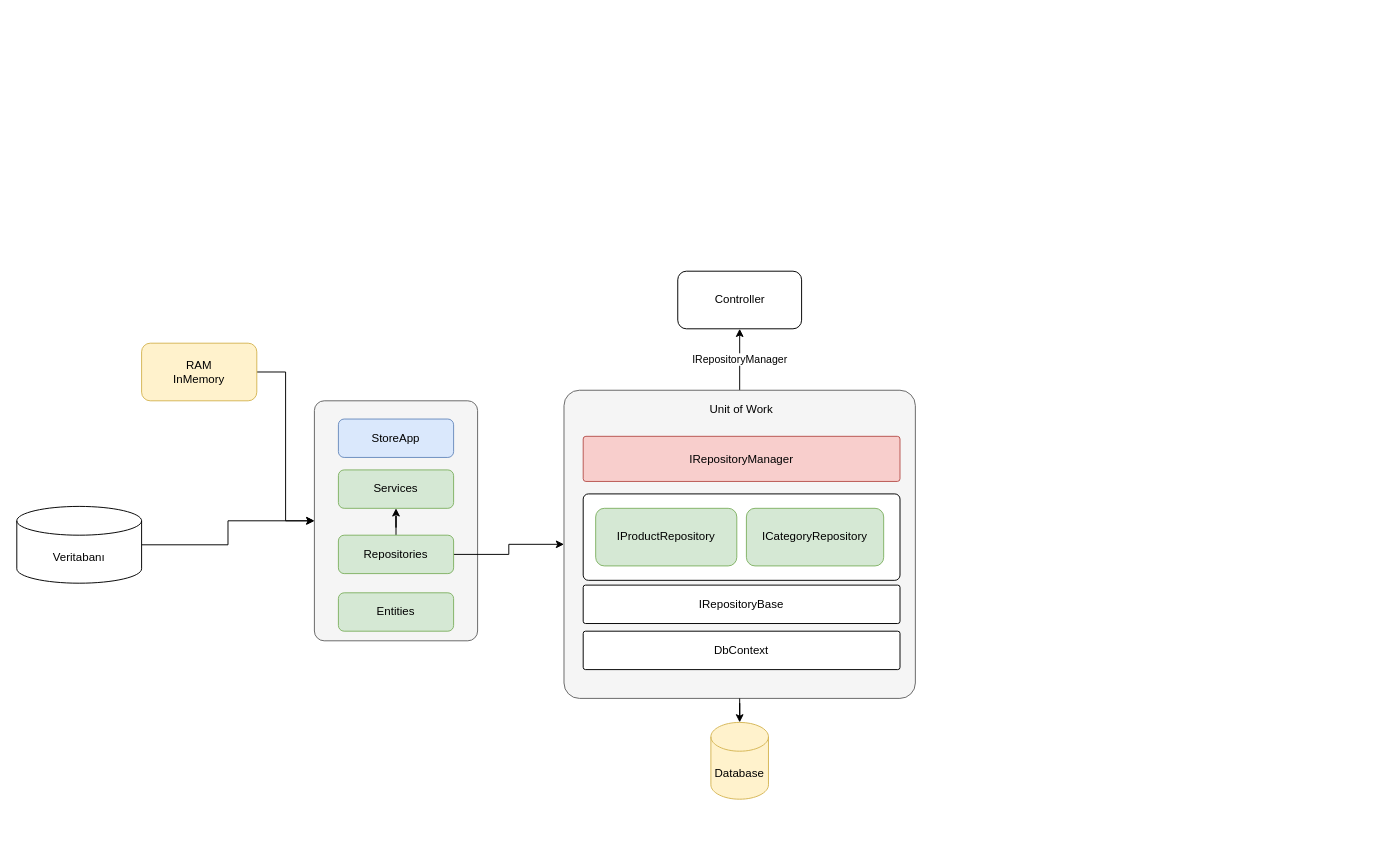
zcomert/sgk-mvc-egitim keeps this draw.io diagram as page "Sayfa -2" (2 of 3) of drawings.drawio. Above is the earlier version. Source tidied: cells renumbered, new cells numbered last; positions are measured from the earlier drawing's top-left corner, leaving out a move shared by most shapes. Both pictures are drawn from the tidied source at 96%, with x=0, y=0 at pixel (16, 271).
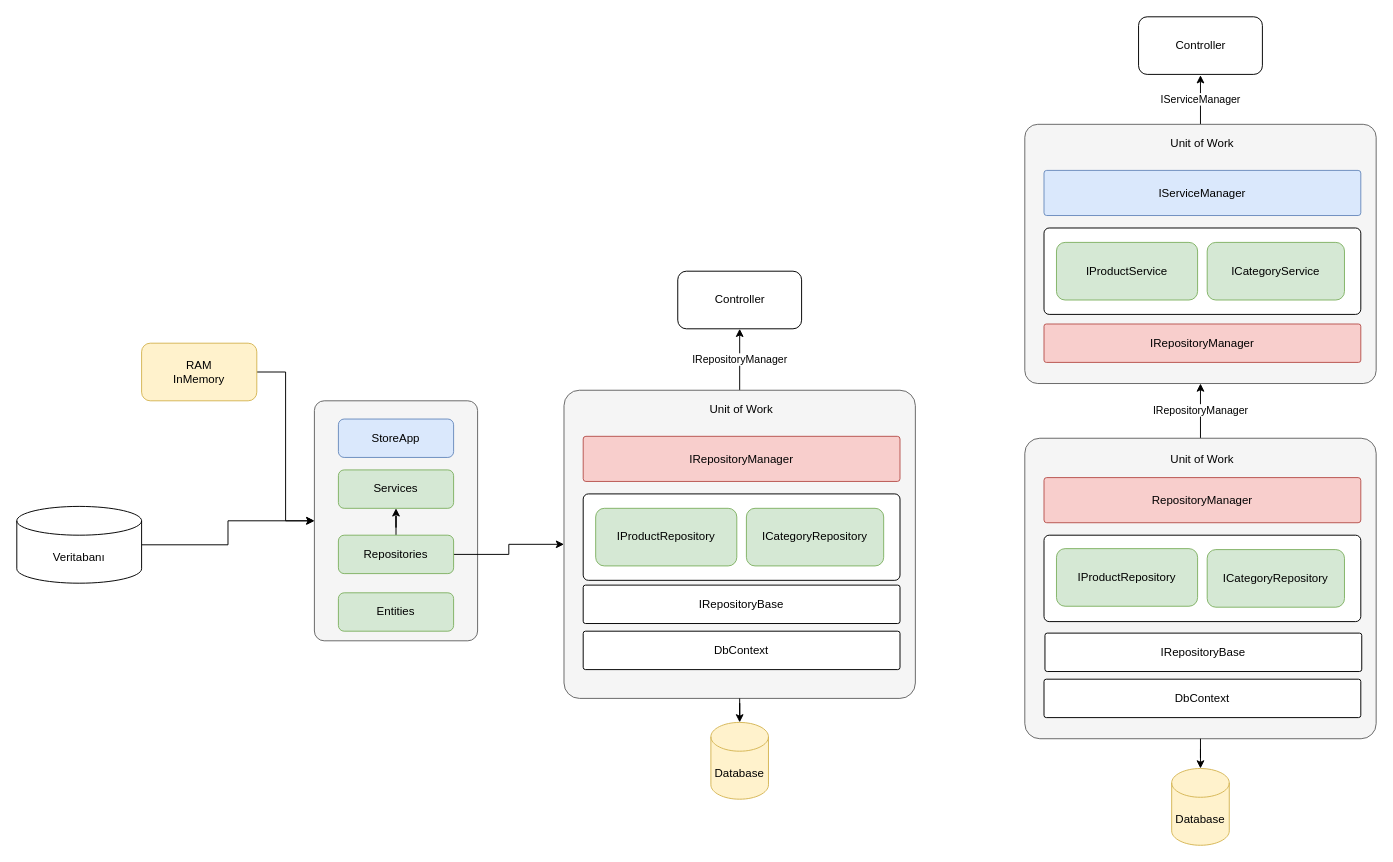
The same page after the edit.

Diff of the diagram source:
```diff
@@
+    <mxCell id="25" value="IRepositoryManager" style="edgeStyle=orthogonalEdgeStyle;rounded=0;jettySize=auto;html=1;entryX=0.5;entryY=1;entryDx=0;entryDy=0;" parent="1" edge="1" source="26" target="37">
+      <mxGeometry relative="1" as="geometry" />
+    </mxCell>
+    <mxCell id="26" style="rounded=1;whiteSpace=wrap;html=1;fillColor=#f5f5f5;strokeColor=#666666;fontColor=#333333;arcSize=5;" parent="1" vertex="1">
+      <mxGeometry x="1050" y="174" width="366" height="313" as="geometry" />
+    </mxCell>
+    <mxCell id="27" style="rounded=1;whiteSpace=wrap;html=1;arcSize=6;" parent="1" vertex="1">
+      <mxGeometry x="1070" y="275" width="330" height="90" as="geometry" />
+    </mxCell>
+    <mxCell id="28" style="edgeStyle=orthogonalEdgeStyle;rounded=0;jettySize=auto;html=1;entryX=0.5;entryY=0;entryDx=0;entryDy=0;entryPerimeter=0;" parent="1" edge="1" source="26" target="30">
+      <mxGeometry relative="1" as="geometry" />
+    </mxCell>
+    <mxCell id="29" value="Controller" style="rounded=1;whiteSpace=wrap;html=1;" parent="1" vertex="1">
+      <mxGeometry x="1168.5" y="-265" width="129" height="60" as="geometry" />
+    </mxCell>
+    <mxCell id="30" value="Database" style="shape=cylinder3;whiteSpace=wrap;html=1;boundedLbl=1;backgroundOutline=1;size=15;fillColor=#fff2cc;strokeColor=#d6b656;" parent="1" vertex="1">
+      <mxGeometry x="1203" y="518" width="60" height="80" as="geometry" />
+    </mxCell>
+    <mxCell id="31" value="IProductRepository" style="rounded=1;whiteSpace=wrap;html=1;fillColor=#d5e8d4;strokeColor=#82b366;" parent="1" vertex="1">
+      <mxGeometry x="1083" y="289" width="147" height="60" as="geometry" />
+    </mxCell>
+    <mxCell id="32" value="ICategoryRepository" style="rounded=1;whiteSpace=wrap;html=1;fillColor=#d5e8d4;strokeColor=#82b366;" parent="1" vertex="1">
+      <mxGeometry x="1240" y="290" width="143" height="60" as="geometry" />
+    </mxCell>
+    <mxCell id="33" value="Unit of Work" style="text;html=1;strokeColor=none;fillColor=none;align=center;verticalAlign=middle;whiteSpace=wrap;rounded=0;" parent="1" vertex="1">
+      <mxGeometry x="1070" y="186" width="330" height="20" as="geometry" />
+    </mxCell>
+    <mxCell id="34" value="DbContext" style="rounded=1;whiteSpace=wrap;html=1;arcSize=6;" parent="1" vertex="1">
+      <mxGeometry x="1070" y="425" width="330" height="40" as="geometry" />
+    </mxCell>
+    <mxCell id="35" value="RepositoryManager" style="rounded=1;whiteSpace=wrap;html=1;arcSize=6;fillColor=#f8cecc;strokeColor=#b85450;" parent="1" vertex="1">
+      <mxGeometry x="1070" y="215" width="330" height="47" as="geometry" />
+    </mxCell>
+    <mxCell id="36" value="IServiceManager" style="edgeStyle=orthogonalEdgeStyle;rounded=0;jettySize=auto;html=1;entryX=0.5;entryY=1.014;entryDx=0;entryDy=0;entryPerimeter=0;" parent="1" edge="1" source="37" target="29">
+      <mxGeometry relative="1" as="geometry" />
+    </mxCell>
+    <mxCell id="37" style="rounded=1;whiteSpace=wrap;html=1;fillColor=#f5f5f5;strokeColor=#666666;fontColor=#333333;arcSize=5;" parent="1" vertex="1">
+      <mxGeometry x="1050" y="-153" width="366" height="270" as="geometry" />
+    </mxCell>
+    <mxCell id="38" style="rounded=1;whiteSpace=wrap;html=1;arcSize=6;" parent="1" vertex="1">
+      <mxGeometry x="1070" y="-45" width="330" height="90" as="geometry" />
+    </mxCell>
+    <mxCell id="39" value="IProductService" style="rounded=1;whiteSpace=wrap;html=1;fillColor=#d5e8d4;strokeColor=#82b366;" parent="1" vertex="1">
+      <mxGeometry x="1083" y="-30" width="147" height="60" as="geometry" />
+    </mxCell>
+    <mxCell id="40" value="ICategoryService" style="rounded=1;whiteSpace=wrap;html=1;fillColor=#d5e8d4;strokeColor=#82b366;" parent="1" vertex="1">
+      <mxGeometry x="1240" y="-30" width="143" height="60" as="geometry" />
+    </mxCell>
+    <mxCell id="41" value="Unit of Work" style="text;html=1;strokeColor=none;fillColor=none;align=center;verticalAlign=middle;whiteSpace=wrap;rounded=0;" parent="1" vertex="1">
+      <mxGeometry x="1070" y="-143" width="330" height="20" as="geometry" />
+    </mxCell>
+    <mxCell id="42" value="IRepositoryManager" style="rounded=1;whiteSpace=wrap;html=1;arcSize=6;fillColor=#f8cecc;strokeColor=#b85450;" parent="1" vertex="1">
+      <mxGeometry x="1070" y="55" width="330" height="40" as="geometry" />
+    </mxCell>
+    <mxCell id="43" value="IServiceManager" style="rounded=1;whiteSpace=wrap;html=1;arcSize=6;fillColor=#dae8fc;strokeColor=#6c8ebf;" parent="1" vertex="1">
+      <mxGeometry x="1070" y="-105" width="330" height="47" as="geometry" />
+    </mxCell>
+    <mxCell id="44" value="IRepositoryBase" style="rounded=1;whiteSpace=wrap;html=1;arcSize=6;" parent="1" vertex="1">
+      <mxGeometry x="1071" y="377" width="330" height="40" as="geometry" />
+    </mxCell>
```
